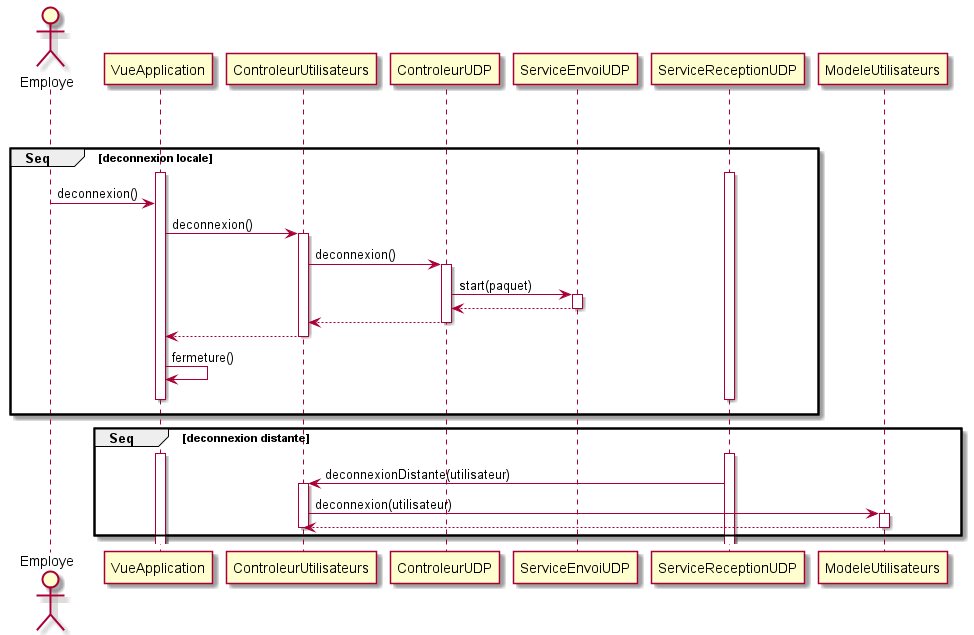
The PlantUML diagram sequence/deconnexion.png in arc-hugo/clavardage_uml, before a commit.
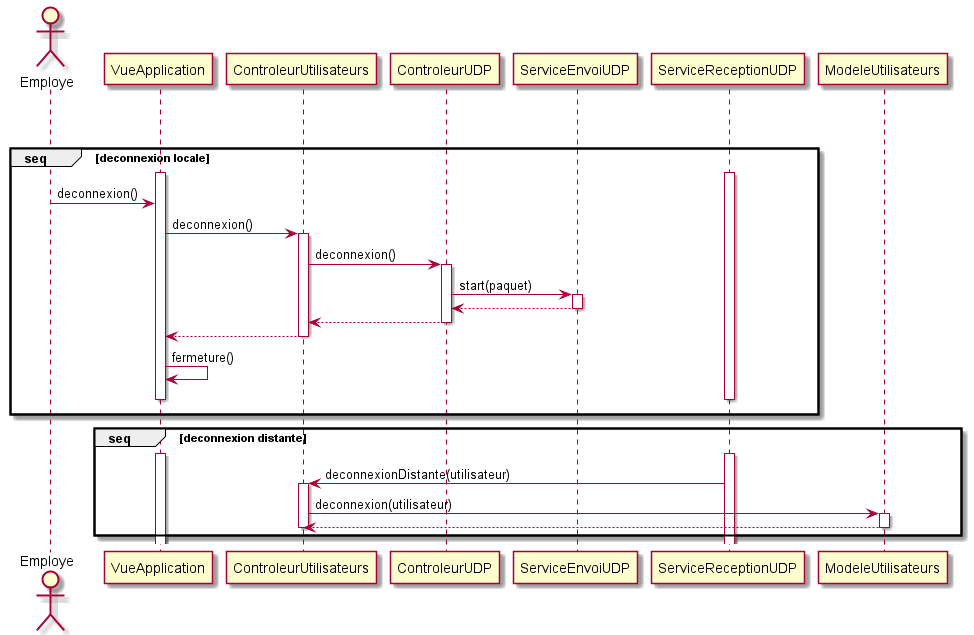
After the commit.

What changed in the source:
```diff
@@ -3,7 +3,7 @@
 VueApplication [hidden]-> ControleurUtilisateurs
 VueApplication [hidden]-> ControleurUDP
 VueApplication [hidden]-> ServiceEnvoiUDP
-group Seq [deconnexion locale]
+group seq [deconnexion locale]
     VueApplication [hidden]-> ServiceReceptionUDP
     activate VueApplication
     activate ServiceReceptionUDP
@@ -25,7 +25,7 @@
     deactivate ServiceReceptionUDP
     deactivate VueApplication
 end
-group Seq [deconnexion distante]
+group seq [deconnexion distante]
     VueApplication [hidden]-> ControleurUtilisateurs
     activate VueApplication
     activate ServiceReceptionUDP
```
